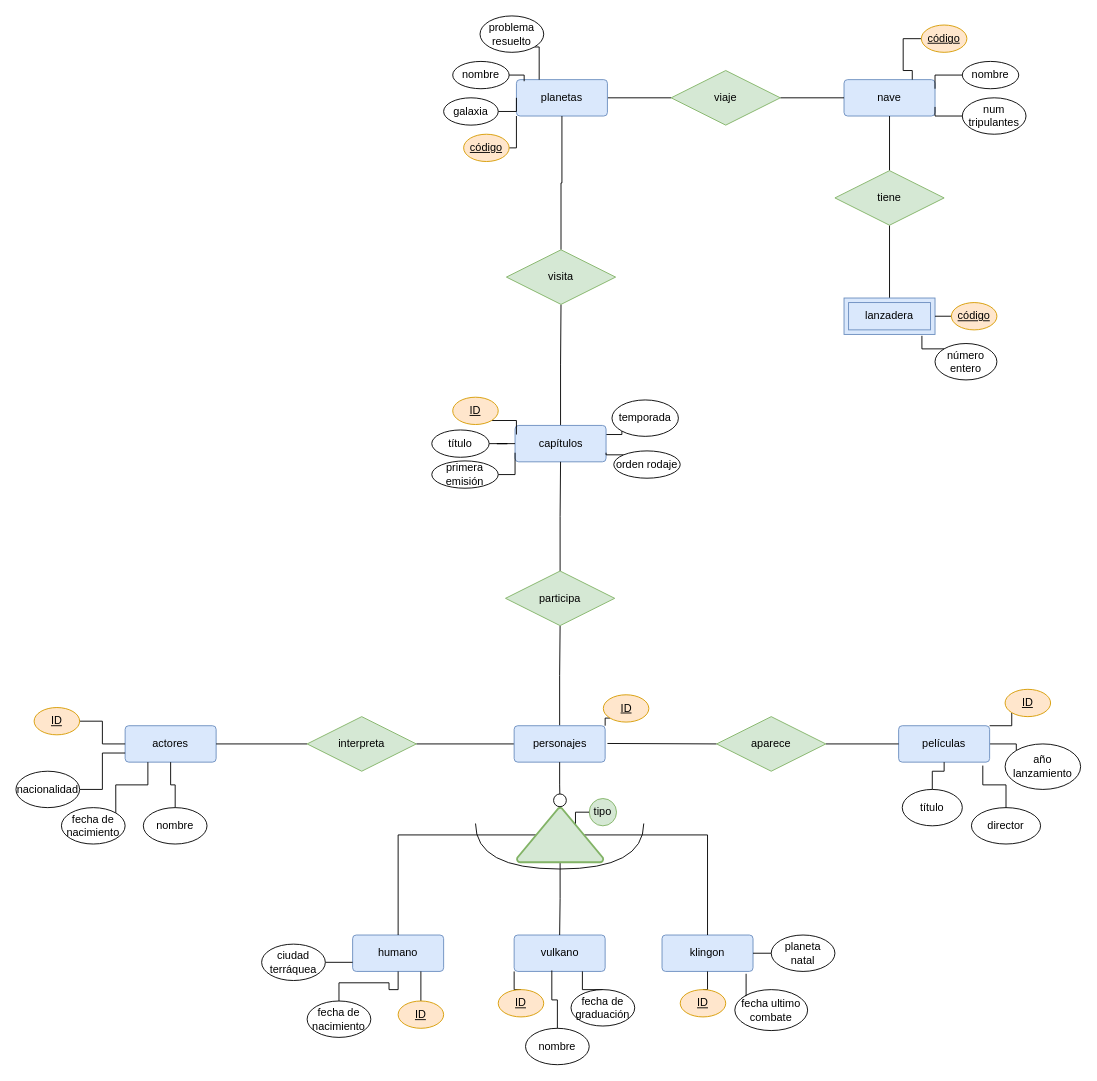
This is Unidad-1/Tareas./Tarea-10 (diagramas)/star-trek.drawio from mdiogc/base-datos, a draw.io file, before an edit. Source tidied: cells renumbered, new cells numbered last; positions are measured from the earlier drawing's top-left corner, leaving out a move shared by most shapes. Both pictures are drawn from the tidied source at 91%, with x=0, y=0 at pixel (15, 15).
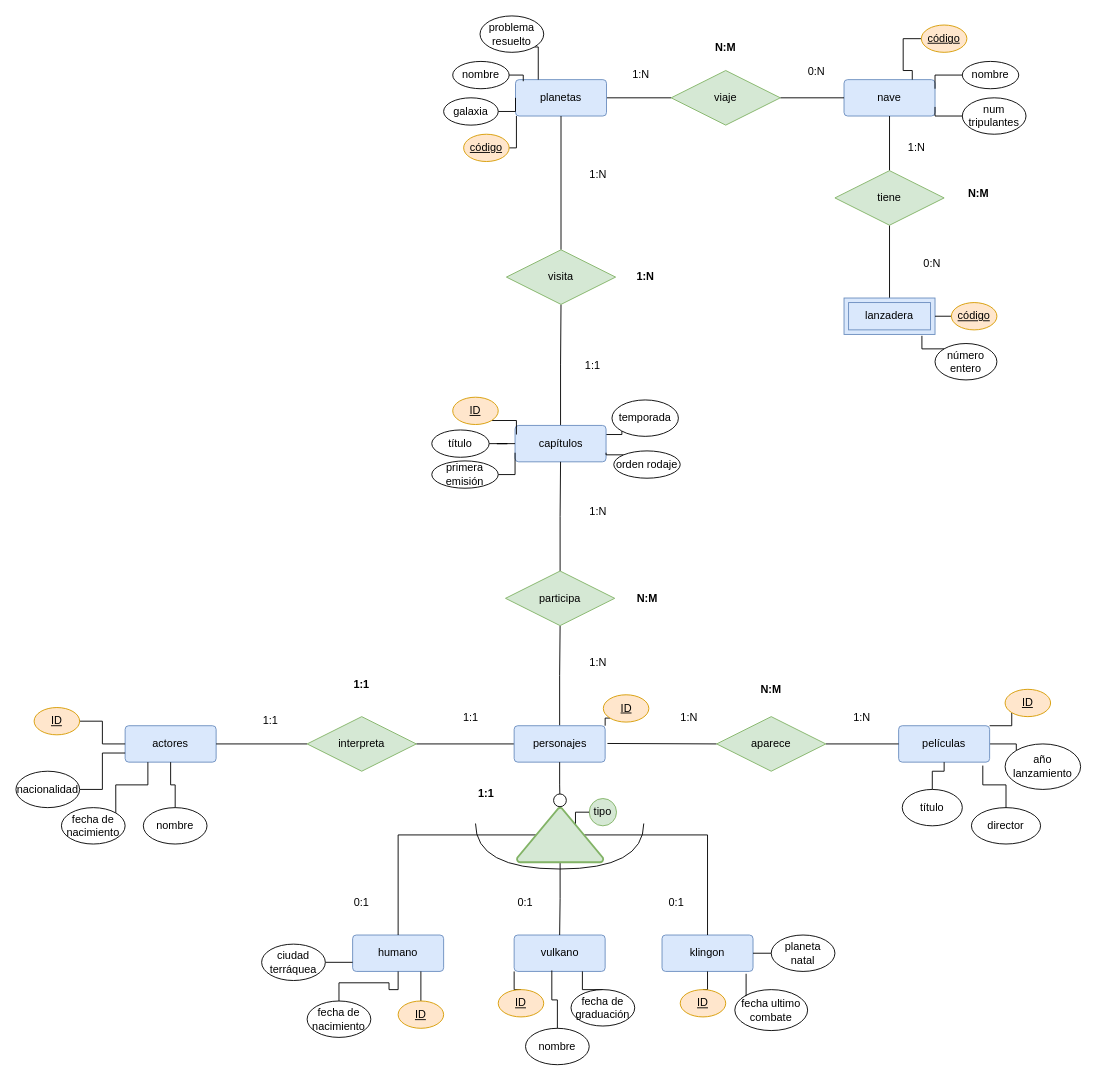
The same diagram, later.

Change to the diagram source:
```diff
@@
     <mxCell id="16" value="planetas" style="rounded=1;arcSize=10;whiteSpace=wrap;html=1;align=center;fillColor=#dae8fc;strokeColor=#6c8ebf;" parent="1" vertex="1">
-      <mxGeometry x="550" y="70" width="100" height="40" as="geometry" />
+      <mxGeometry x="549" y="70" width="100" height="40" as="geometry" />
     </mxCell>
@@
+    <mxCell id="102" value="&lt;b&gt;1:1&lt;/b&gt;" style="text;html=1;strokeColor=none;fillColor=none;align=center;verticalAlign=middle;whiteSpace=wrap;rounded=0;" parent="1" vertex="1">
+      <mxGeometry x="487" y="840" width="60" height="30" as="geometry" />
+    </mxCell>
+    <mxCell id="103" value="0:1" style="text;html=1;strokeColor=none;fillColor=none;align=center;verticalAlign=middle;whiteSpace=wrap;rounded=0;" parent="1" vertex="1">
+      <mxGeometry x="350" y="960" width="60" height="30" as="geometry" />
+    </mxCell>
+    <mxCell id="104" value="0:1" style="text;html=1;strokeColor=none;fillColor=none;align=center;verticalAlign=middle;whiteSpace=wrap;rounded=0;" parent="1" vertex="1">
+      <mxGeometry x="530" y="960" width="60" height="30" as="geometry" />
+    </mxCell>
+    <mxCell id="105" value="0:1" style="text;html=1;strokeColor=none;fillColor=none;align=center;verticalAlign=middle;whiteSpace=wrap;rounded=0;" parent="1" vertex="1">
+      <mxGeometry x="695.5" y="960" width="60" height="30" as="geometry" />
+    </mxCell>
+    <mxCell id="106" value="1:1" style="text;html=1;strokeColor=none;fillColor=none;align=center;verticalAlign=middle;whiteSpace=wrap;rounded=0;" parent="1" vertex="1">
+      <mxGeometry x="250" y="760" width="60" height="30" as="geometry" />
+    </mxCell>
+    <mxCell id="107" value="1:1" style="text;html=1;strokeColor=none;fillColor=none;align=center;verticalAlign=middle;whiteSpace=wrap;rounded=0;" parent="1" vertex="1">
+      <mxGeometry x="470" y="756" width="60" height="30" as="geometry" />
+    </mxCell>
+    <mxCell id="108" value="&lt;b&gt;1:1&lt;/b&gt;" style="text;html=1;strokeColor=none;fillColor=none;align=center;verticalAlign=middle;whiteSpace=wrap;rounded=0;" parent="1" vertex="1">
+      <mxGeometry x="350" y="720" width="60" height="30" as="geometry" />
+    </mxCell>
+    <mxCell id="109" value="1:N" style="text;html=1;strokeColor=none;fillColor=none;align=center;verticalAlign=middle;whiteSpace=wrap;rounded=0;" parent="1" vertex="1">
+      <mxGeometry x="900" y="756" width="60" height="30" as="geometry" />
+    </mxCell>
+    <mxCell id="110" value="1:N" style="text;html=1;strokeColor=none;fillColor=none;align=center;verticalAlign=middle;whiteSpace=wrap;rounded=0;" parent="1" vertex="1">
+      <mxGeometry x="710" y="756" width="60" height="30" as="geometry" />
+    </mxCell>
+    <mxCell id="111" value="&lt;b&gt;N:M&lt;/b&gt;" style="text;html=1;strokeColor=none;fillColor=none;align=center;verticalAlign=middle;whiteSpace=wrap;rounded=0;" parent="1" vertex="1">
+      <mxGeometry x="800" y="726" width="60" height="30" as="geometry" />
+    </mxCell>
+    <mxCell id="112" value="1:N" style="text;html=1;strokeColor=none;fillColor=none;align=center;verticalAlign=middle;whiteSpace=wrap;rounded=0;" parent="1" vertex="1">
+      <mxGeometry x="610" y="530" width="60" height="30" as="geometry" />
+    </mxCell>
+    <mxCell id="113" value="1:N" style="text;html=1;strokeColor=none;fillColor=none;align=center;verticalAlign=middle;whiteSpace=wrap;rounded=0;" parent="1" vertex="1">
+      <mxGeometry x="610" y="696" width="60" height="30" as="geometry" />
+    </mxCell>
+    <mxCell id="114" value="&lt;b&gt;N:M&lt;/b&gt;" style="text;html=1;strokeColor=none;fillColor=none;align=center;verticalAlign=middle;whiteSpace=wrap;rounded=0;" parent="1" vertex="1">
+      <mxGeometry x="663.5" y="625" width="60" height="30" as="geometry" />
+    </mxCell>
+    <mxCell id="115" value="1:N" style="text;html=1;strokeColor=none;fillColor=none;align=center;verticalAlign=middle;whiteSpace=wrap;rounded=0;" parent="1" vertex="1">
+      <mxGeometry x="610" y="160" width="60" height="30" as="geometry" />
+    </mxCell>
+    <mxCell id="116" value="1:1" style="text;html=1;strokeColor=none;fillColor=none;align=center;verticalAlign=middle;whiteSpace=wrap;rounded=0;" parent="1" vertex="1">
+      <mxGeometry x="603.5" y="370" width="60" height="30" as="geometry" />
+    </mxCell>
+    <mxCell id="117" value="&lt;b&gt;1:N&lt;/b&gt;" style="text;html=1;strokeColor=none;fillColor=none;align=center;verticalAlign=middle;whiteSpace=wrap;rounded=0;" parent="1" vertex="1">
+      <mxGeometry x="661.5" y="272" width="60" height="30" as="geometry" />
+    </mxCell>
+    <mxCell id="118" value="1:N" style="text;html=1;strokeColor=none;fillColor=none;align=center;verticalAlign=middle;whiteSpace=wrap;rounded=0;" parent="1" vertex="1">
+      <mxGeometry x="657" y="50" width="60" height="30" as="geometry" />
+    </mxCell>
+    <mxCell id="119" value="0:N" style="text;html=1;strokeColor=none;fillColor=none;align=center;verticalAlign=middle;whiteSpace=wrap;rounded=0;" parent="1" vertex="1">
+      <mxGeometry x="850" y="46" width="60" height="30" as="geometry" />
+    </mxCell>
+    <mxCell id="120" value="&lt;b&gt;N:M&lt;/b&gt;" style="text;html=1;strokeColor=none;fillColor=none;align=center;verticalAlign=middle;whiteSpace=wrap;rounded=0;" parent="1" vertex="1">
+      <mxGeometry x="750" y="20" width="60" height="30" as="geometry" />
+    </mxCell>
+    <mxCell id="121" value="1:N" style="text;html=1;strokeColor=none;fillColor=none;align=center;verticalAlign=middle;whiteSpace=wrap;rounded=0;" parent="1" vertex="1">
+      <mxGeometry x="960" y="130" width="60" height="30" as="geometry" />
+    </mxCell>
+    <mxCell id="122" value="0:N" style="text;html=1;strokeColor=none;fillColor=none;align=center;verticalAlign=middle;whiteSpace=wrap;rounded=0;" parent="1" vertex="1">
+      <mxGeometry x="977" y="257" width="60" height="30" as="geometry" />
+    </mxCell>
+    <mxCell id="123" value="&lt;b&gt;N:M&lt;/b&gt;" style="text;html=1;strokeColor=none;fillColor=none;align=center;verticalAlign=middle;whiteSpace=wrap;rounded=0;" parent="1" vertex="1">
+      <mxGeometry x="1028" y="180" width="60" height="30" as="geometry" />
+    </mxCell>
```
